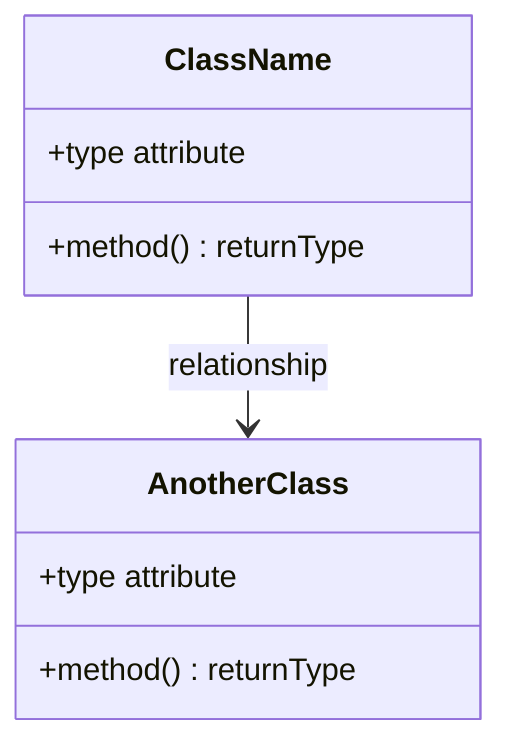
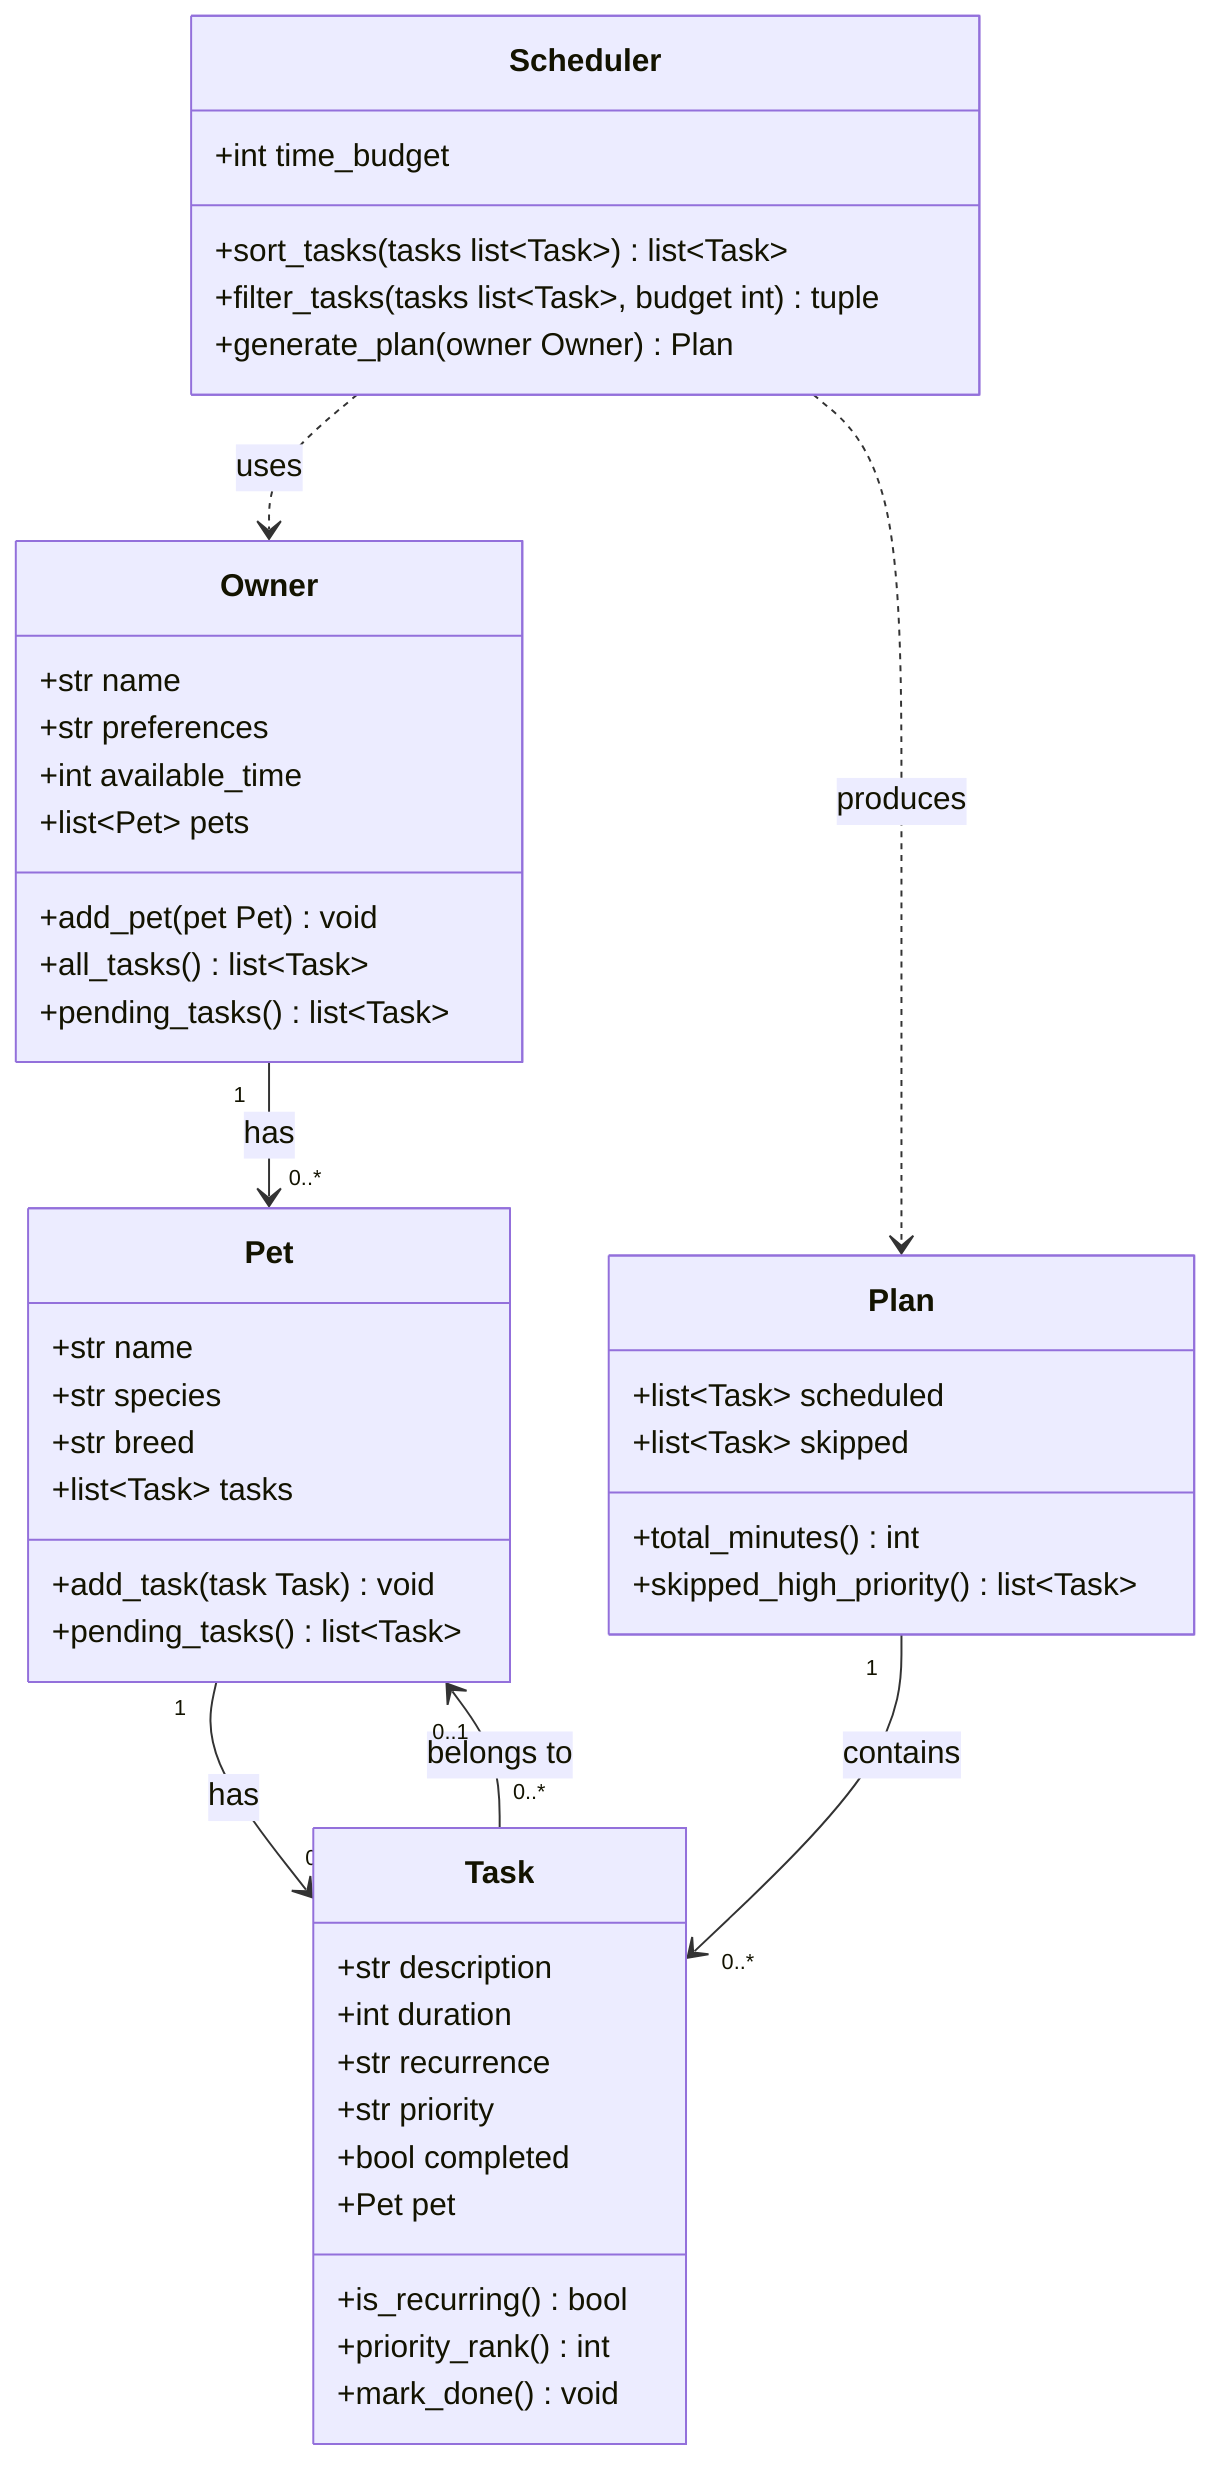
classDiagram
-     %% Replace the placeholders below with your actual classes, attributes, methods, and relationships.
+     %% PawPal+ initial UML design (4 classes: Owner, Pet, Task, Scheduler)
    %% Keep this file updated so it matches your final implementation.

-     class ClassName {
-         +type attribute
-         +method() returnType
+     class Owner {
+         +str name
+         +str preferences
+         +int available_time
+         +list~Pet~ pets
+         +add_pet(pet Pet) void
+         +all_tasks() list~Task~
+         +pending_tasks() list~Task~
    }

-     class AnotherClass {
-         +type attribute
-         +method() returnType
+     class Pet {
+         +str name
+         +str species
+         +str breed
+         +list~Task~ tasks
+         +add_task(task Task) void
+         +pending_tasks() list~Task~
    }

-     ClassName --> AnotherClass : relationship
+     class Task {
+         +str description
+         +int duration
+         +str recurrence
+         +str priority
+         +bool completed
+         +Pet pet
+         +is_recurring() bool
+         +priority_rank() int
+         +mark_done() void
+     }
+ 
+     class Plan {
+         +list~Task~ scheduled
+         +list~Task~ skipped
+         +total_minutes() int
+         +skipped_high_priority() list~Task~
+     }
+ 
+     class Scheduler {
+         +int time_budget
+         +sort_tasks(tasks list~Task~) list~Task~
+         +filter_tasks(tasks list~Task~, budget int) tuple
+         +generate_plan(owner Owner) Plan
+     }
+ 
+     Owner "1" --> "0..*" Pet : has
+     Pet "1" --> "0..*" Task : has
+     Task "0..*" --> "0..1" Pet : belongs to
+     Scheduler ..> Owner : uses
+     Scheduler ..> Plan : produces
+     Plan "1" --> "0..*" Task : contains
